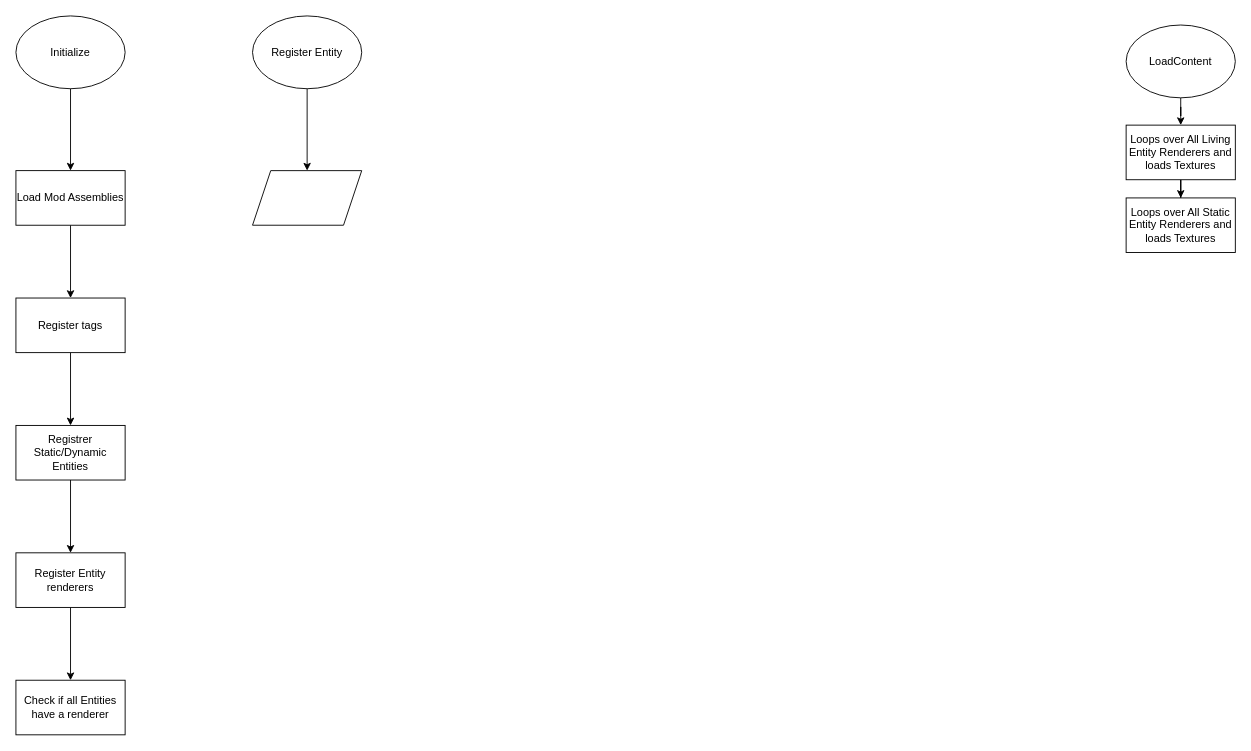
Before: SurvivalGame/docs/InitStateFlow.drawio in mardanPolis/Luminix, a draw.io diagram. Source tidied: cells renumbered, new cells numbered last; positions are measured from the earlier drawing's top-left corner, leaving out a move shared by most shapes. Both pictures are drawn from the tidied source at 91%, with x=0, y=0 at pixel (15, 15).
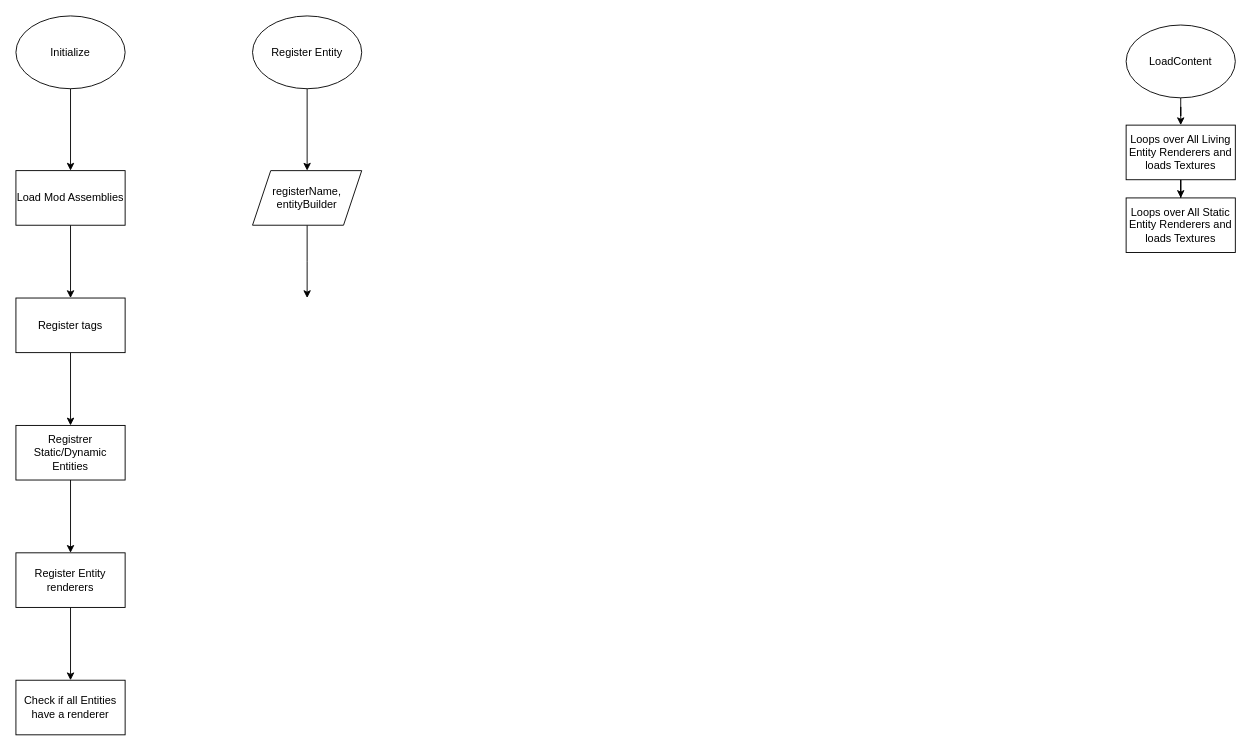
After the change.

Diff of the diagram source:
```diff
@@
+    <mxCell id="21" style="edgeStyle=orthogonalEdgeStyle;rounded=0;jettySize=auto;html=1;" parent="1" edge="1" source="20">
+      <mxGeometry relative="1" as="geometry">
+        <mxPoint x="320" y="310" as="targetPoint" />
+      </mxGeometry>
+    </mxCell>
-    <mxCell id="20" style="shape=parallelogram;perimeter=parallelogramPerimeter;whiteSpace=wrap;html=1;fixedSize=1;" parent="1" vertex="1">
+    <mxCell id="20" value="registerName, entityBuilder" style="shape=parallelogram;perimeter=parallelogramPerimeter;whiteSpace=wrap;html=1;fixedSize=1;" parent="1" vertex="1">
       <mxGeometry x="260" y="170" width="120" height="60" as="geometry" />
     </mxCell>
```
